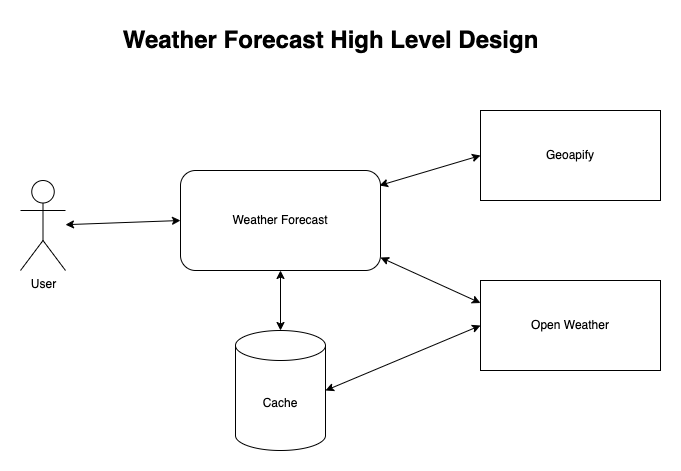
Before: docs/Weather-Forecast-HLD.drawio.png, a diagram exported from draw.io (kowusu/weather_forecast). Source tidied: cells renumbered, new cells last; positions are measured from the earlier drawing's top-left corner, leaving out a move shared by most shapes. The source it was exported from:
```xml
<mxGraphModel>
  <root>
    <mxCell id="0" />
    <mxCell id="1" parent="0" />
    <mxCell id="2" value="User" style="shape=umlActor;verticalLabelPosition=bottom;verticalAlign=top;html=1;outlineConnect=0;" parent="1" vertex="1">
      <mxGeometry y="160" width="45" height="90" as="geometry" />
    </mxCell>
    <mxCell id="3" value="Weather Forecast" style="rounded=1;whiteSpace=wrap;html=1;" parent="1" vertex="1">
      <mxGeometry x="160" y="150" width="200" height="100" as="geometry" />
    </mxCell>
    <mxCell id="4" value="Open Weather" style="rounded=0;whiteSpace=wrap;html=1;" parent="1" vertex="1">
      <mxGeometry x="460" y="260" width="180" height="90" as="geometry" />
    </mxCell>
    <mxCell id="5" value="Geoapify" style="rounded=0;whiteSpace=wrap;html=1;" parent="1" vertex="1">
      <mxGeometry x="460" y="90" width="180" height="90" as="geometry" />
    </mxCell>
    <mxCell id="6" style="endArrow=classic;startArrow=classic;html=1;rounded=0;entryX=0;entryY=0.5;entryDx=0;entryDy=0;" parent="1" edge="1" source="2" target="3">
      <mxGeometry relative="1" as="geometry" />
    </mxCell>
    <mxCell id="7" style="endArrow=classic;startArrow=classic;html=1;rounded=0;entryX=0;entryY=0.5;entryDx=0;entryDy=0;exitX=0.995;exitY=0.15;exitDx=0;exitDy=0;exitPerimeter=0;" parent="1" edge="1" source="3" target="5">
      <mxGeometry relative="1" as="geometry" />
    </mxCell>
    <mxCell id="8" style="endArrow=classic;startArrow=classic;html=1;rounded=0;entryX=0;entryY=0.25;entryDx=0;entryDy=0;exitX=1;exitY=0.87;exitDx=0;exitDy=0;exitPerimeter=0;" parent="1" edge="1" source="3" target="4">
      <mxGeometry relative="1" as="geometry" />
    </mxCell>
    <mxCell id="9" value="Weather Forecast High Level Design" style="text;strokeColor=none;fillColor=none;html=1;fontSize=24;fontStyle=1;verticalAlign=middle;align=center;" parent="1" vertex="1">
      <mxGeometry x="260" width="100" height="40" as="geometry" />
    </mxCell>
    <mxCell id="10" value="Cache" style="shape=cylinder3;whiteSpace=wrap;html=1;boundedLbl=1;backgroundOutline=1;size=15;" parent="1" vertex="1">
      <mxGeometry x="215" y="310" width="90" height="120" as="geometry" />
    </mxCell>
    <mxCell id="11" style="endArrow=classic;startArrow=classic;html=1;rounded=0;entryX=0.5;entryY=1;entryDx=0;entryDy=0;exitX=0.5;exitY=0;exitDx=0;exitDy=0;exitPerimeter=0;" parent="1" edge="1" source="10" target="3">
      <mxGeometry relative="1" as="geometry" />
    </mxCell>
    <mxCell id="12" style="endArrow=classic;startArrow=classic;html=1;rounded=0;entryX=0;entryY=0.5;entryDx=0;entryDy=0;exitX=1;exitY=0.5;exitDx=0;exitDy=0;exitPerimeter=0;" parent="1" edge="1" source="10" target="4">
      <mxGeometry relative="1" as="geometry" />
    </mxCell>
  </root>
</mxGraphModel>
```
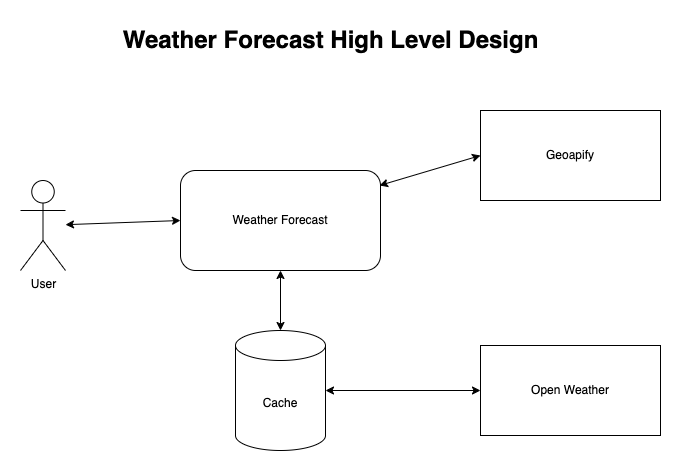
After the change.

Commit message:
FEATURE: update diagram

The edit, as a diff of the source:
```diff
@@ -9,7 +9,7 @@
       <mxGeometry x="160" y="150" width="200" height="100" as="geometry" />
     </mxCell>
     <mxCell id="4" value="Open Weather" style="rounded=0;whiteSpace=wrap;html=1;" parent="1" vertex="1">
-      <mxGeometry x="460" y="260" width="180" height="90" as="geometry" />
+      <mxGeometry x="460" y="325" width="180" height="90" as="geometry" />
     </mxCell>
     <mxCell id="5" value="Geoapify" style="rounded=0;whiteSpace=wrap;html=1;" parent="1" vertex="1">
       <mxGeometry x="460" y="90" width="180" height="90" as="geometry" />
@@ -20,9 +20,6 @@
     <mxCell id="7" style="endArrow=classic;startArrow=classic;html=1;rounded=0;entryX=0;entryY=0.5;entryDx=0;entryDy=0;exitX=0.995;exitY=0.15;exitDx=0;exitDy=0;exitPerimeter=0;" parent="1" edge="1" source="3" target="5">
       <mxGeometry relative="1" as="geometry" />
     </mxCell>
-    <mxCell id="8" style="endArrow=classic;startArrow=classic;html=1;rounded=0;entryX=0;entryY=0.25;entryDx=0;entryDy=0;exitX=1;exitY=0.87;exitDx=0;exitDy=0;exitPerimeter=0;" parent="1" edge="1" source="3" target="4">
-      <mxGeometry relative="1" as="geometry" />
-    </mxCell>
     <mxCell id="9" value="Weather Forecast High Level Design" style="text;strokeColor=none;fillColor=none;html=1;fontSize=24;fontStyle=1;verticalAlign=middle;align=center;" parent="1" vertex="1">
       <mxGeometry x="260" width="100" height="40" as="geometry" />
     </mxCell>
```
